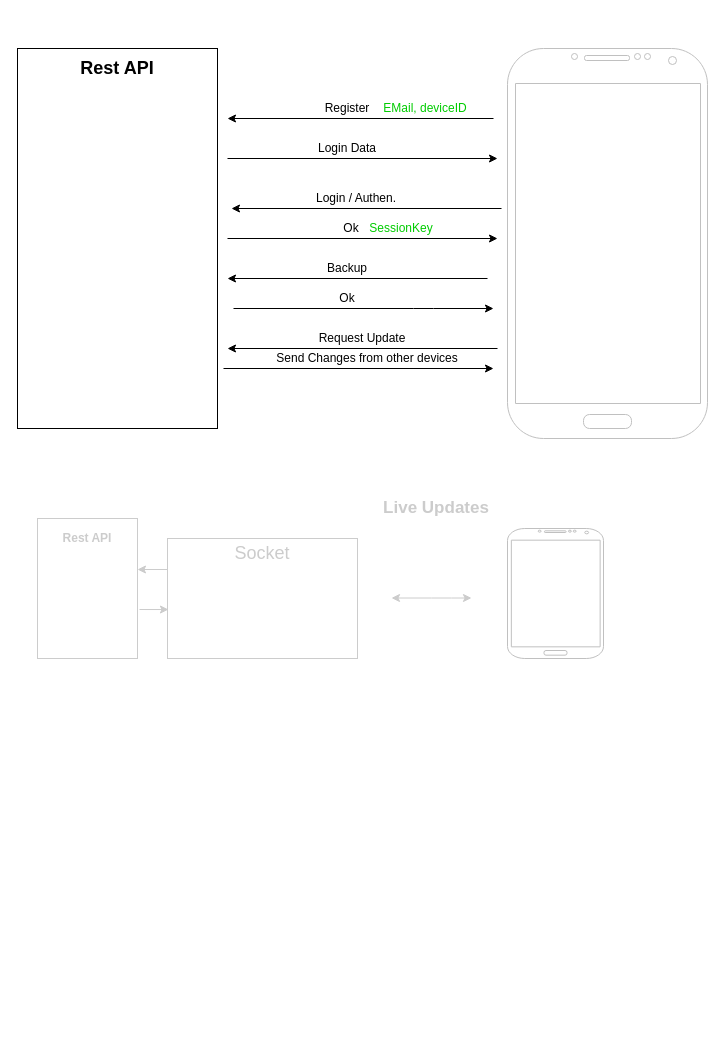
This is .dev_stuff/Planing_ShoppingAPI.drawio from JCTRoth/ShoppingListServer, a draw.io file, before an edit. Source tidied: cells renumbered, new cells numbered last; positions are measured from the earlier drawing's top-left corner, leaving out a move shared by most shapes. Both pictures are drawn from the tidied source at 100%, with x=0, y=0 at pixel (17, 48).
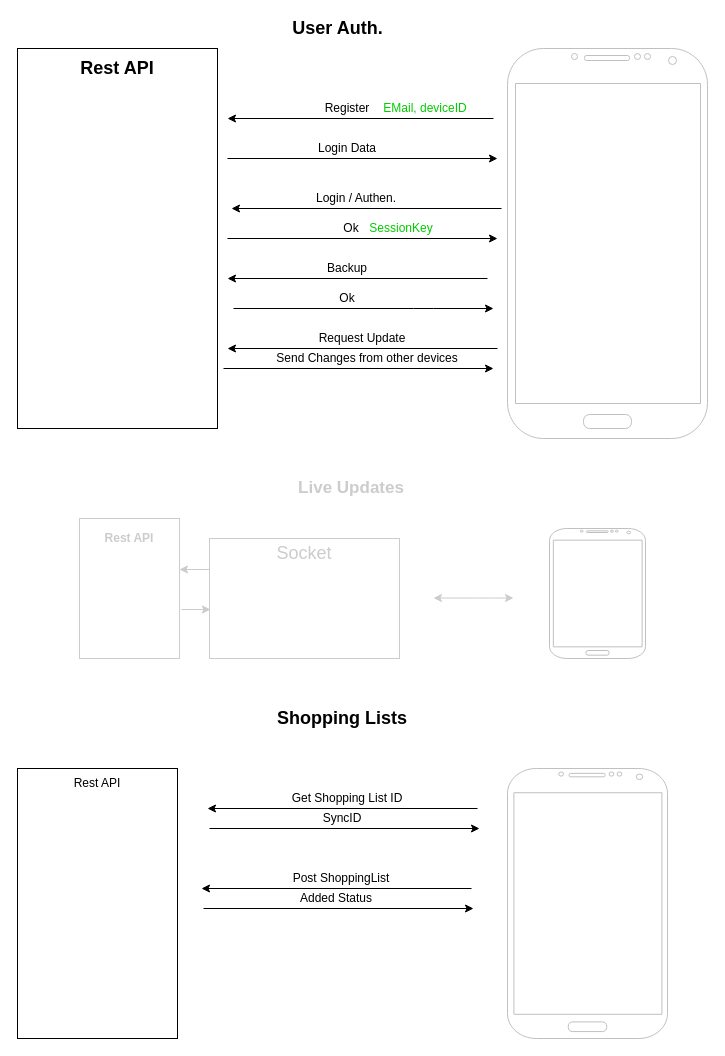
The same page after the edit.

Commit message (it also covers changes not shown here):
* Added temp storing shopping lists * Request s.list syncID * Added Delete SL * Added Stump Update SL * Updated Planing Diagram

What changed in the source:
```diff
@@
     <mxCell id="23" style="rounded=0;whiteSpace=wrap;html=1;fontColor=#CCCCCC;strokeColor=#CCCCCC;" parent="1" vertex="1">
-      <mxGeometry x="150" y="490" width="190" height="120" as="geometry" />
+      <mxGeometry x="192" y="490" width="190" height="120" as="geometry" />
     </mxCell>
     <mxCell id="24" value="&lt;font style=&quot;font-size: 18px&quot;&gt;Socket&lt;/font&gt;" style="text;html=1;align=center;verticalAlign=middle;whiteSpace=wrap;rounded=0;fontColor=#CCCCCC;" parent="1" vertex="1">
-      <mxGeometry x="225" y="495" width="40" height="20" as="geometry" />
+      <mxGeometry x="267" y="495" width="40" height="20" as="geometry" />
     </mxCell>
     <mxCell id="25" value="&lt;font style=&quot;font-size: 17px&quot;&gt;&lt;b&gt;Live Updates&lt;/b&gt;&lt;/font&gt;" style="text;html=1;align=center;verticalAlign=middle;whiteSpace=wrap;rounded=0;fontColor=#CCCCCC;" parent="1" vertex="1">
-      <mxGeometry x="334" y="450" width="170" height="20" as="geometry" />
+      <mxGeometry x="249" y="430" width="170" height="20" as="geometry" />
     </mxCell>
     <mxCell id="26" style="verticalLabelPosition=bottom;verticalAlign=top;html=1;shadow=0;dashed=0;strokeWidth=1;shape=mxgraph.android.phone2;strokeColor=#c0c0c0;" parent="1" vertex="1">
-      <mxGeometry x="490" y="480" width="96" height="130" as="geometry" />
+      <mxGeometry x="532" y="480" width="96" height="130" as="geometry" />
     </mxCell>
     <mxCell id="27" style="endArrow=classic;startArrow=classic;html=1;fontColor=#CCCCCC;strokeColor=#CCCCCC;" parent="1" edge="1">
       <mxGeometry relative="1" as="geometry">
-        <mxPoint x="374" y="549.5" as="sourcePoint" />
-        <mxPoint x="454" y="549.5" as="targetPoint" />
+        <mxPoint x="416" y="549.5" as="sourcePoint" />
+        <mxPoint x="496" y="549.5" as="targetPoint" />
         <Array as="points">
-          <mxPoint x="424" y="549.5" />
+          <mxPoint x="466" y="549.5" />
         </Array>
       </mxGeometry>
     </mxCell>
     <mxCell id="28" style="rounded=0;whiteSpace=wrap;html=1;strokeColor=#CCCCCC;" parent="1" vertex="1">
-      <mxGeometry x="20" y="470" width="100" height="140" as="geometry" />
+      <mxGeometry x="62" y="470" width="100" height="140" as="geometry" />
     </mxCell>
     <mxCell id="29" value="&lt;b&gt;Rest API&lt;/b&gt;" style="text;html=1;strokeColor=none;fillColor=none;align=center;verticalAlign=middle;whiteSpace=wrap;rounded=0;fontColor=#CCCCCC;" parent="1" vertex="1">
-      <mxGeometry x="40" y="480" width="60" height="20" as="geometry" />
+      <mxGeometry x="82" y="480" width="60" height="20" as="geometry" />
     </mxCell>
     <mxCell id="30" style="endArrow=classic;html=1;strokeColor=#CCCCCC;fontColor=#CCCCCC;" parent="1" edge="1">
       <mxGeometry relative="1" as="geometry">
-        <mxPoint x="150" y="521" as="sourcePoint" />
-        <mxPoint x="120" y="521" as="targetPoint" />
+        <mxPoint x="192" y="521" as="sourcePoint" />
+        <mxPoint x="162" y="521" as="targetPoint" />
       </mxGeometry>
     </mxCell>
     <mxCell id="31" style="endArrow=classic;html=1;strokeColor=#CCCCCC;fontColor=#CCCCCC;entryX=0.005;entryY=0.592;entryDx=0;entryDy=0;entryPerimeter=0;" parent="1" edge="1" target="23">
       <mxGeometry relative="1" as="geometry">
-        <mxPoint x="122" y="561" as="sourcePoint" />
+        <mxPoint x="164" y="561" as="sourcePoint" />
       </mxGeometry>
     </mxCell>
+    <mxCell id="32" style="edgeStyle=orthogonalEdgeStyle;rounded=0;orthogonalLoop=1;jettySize=auto;html=1;exitX=0.5;exitY=1;exitDx=0;exitDy=0;" parent="1" edge="1" source="25" target="25">
+      <mxGeometry relative="1" as="geometry" />
+    </mxCell>
+    <mxCell id="33" value="&lt;font style=&quot;font-size: 18px&quot;&gt;&lt;b&gt;User Auth.&lt;/b&gt;&lt;/font&gt;" style="text;html=1;strokeColor=none;fillColor=none;align=center;verticalAlign=middle;whiteSpace=wrap;rounded=0;" parent="1" vertex="1">
+      <mxGeometry x="209.5" y="-30" width="221" height="20" as="geometry" />
+    </mxCell>
+    <mxCell id="34" value="&lt;b&gt;&lt;font style=&quot;font-size: 18px&quot;&gt;Shopping Lists&lt;/font&gt;&lt;/b&gt;" style="text;html=1;strokeColor=none;fillColor=none;align=center;verticalAlign=middle;whiteSpace=wrap;rounded=0;" parent="1" vertex="1">
+      <mxGeometry x="192" y="660" width="266" height="20" as="geometry" />
+    </mxCell>
+    <mxCell id="35" style="verticalLabelPosition=bottom;verticalAlign=top;html=1;shadow=0;dashed=0;strokeWidth=1;shape=mxgraph.android.phone2;strokeColor=#c0c0c0;" parent="1" vertex="1">
+      <mxGeometry x="490" y="720" width="160" height="270" as="geometry" />
+    </mxCell>
+    <mxCell id="36" style="rounded=0;whiteSpace=wrap;html=1;" parent="1" vertex="1">
+      <mxGeometry y="720" width="160" height="270" as="geometry" />
+    </mxCell>
+    <mxCell id="37" value="Rest API" style="text;html=1;strokeColor=none;fillColor=none;align=center;verticalAlign=middle;whiteSpace=wrap;rounded=0;" parent="1" vertex="1">
+      <mxGeometry x="25" y="730" width="110" height="10" as="geometry" />
+    </mxCell>
+    <mxCell id="38" style="endArrow=classic;html=1;" parent="1" edge="1">
+      <mxGeometry relative="1" as="geometry">
+        <mxPoint x="460" y="760" as="sourcePoint" />
+        <mxPoint x="190" y="760" as="targetPoint" />
+      </mxGeometry>
+    </mxCell>
+    <mxCell id="39" value="Get Shopping List ID" style="text;html=1;strokeColor=none;fillColor=none;align=center;verticalAlign=middle;whiteSpace=wrap;rounded=0;" parent="1" vertex="1">
+      <mxGeometry x="232" y="740" width="196" height="20" as="geometry" />
+    </mxCell>
+    <mxCell id="40" style="endArrow=none;html=1;endFill=0;startArrow=classic;startFill=1;" parent="1" edge="1">
+      <mxGeometry relative="1" as="geometry">
+        <mxPoint x="462" y="780" as="sourcePoint" />
+        <mxPoint x="192" y="780" as="targetPoint" />
+      </mxGeometry>
+    </mxCell>
+    <mxCell id="41" value="SyncID" style="text;html=1;strokeColor=none;fillColor=none;align=center;verticalAlign=middle;whiteSpace=wrap;rounded=0;" parent="1" vertex="1">
+      <mxGeometry x="227" y="760" width="196" height="20" as="geometry" />
+    </mxCell>
+    <mxCell id="42" style="endArrow=classic;html=1;startArrow=none;startFill=0;endFill=1;" parent="1" edge="1">
+      <mxGeometry relative="1" as="geometry">
+        <mxPoint x="454" y="840" as="sourcePoint" />
+        <mxPoint x="184" y="840" as="targetPoint" />
+      </mxGeometry>
+    </mxCell>
+    <mxCell id="43" value="Post ShoppingList" style="text;html=1;strokeColor=none;fillColor=none;align=center;verticalAlign=middle;whiteSpace=wrap;rounded=0;" parent="1" vertex="1">
+      <mxGeometry x="226" y="820" width="196" height="20" as="geometry" />
+    </mxCell>
+    <mxCell id="44" style="endArrow=none;html=1;endFill=0;startArrow=classic;startFill=1;" parent="1" edge="1">
+      <mxGeometry relative="1" as="geometry">
+        <mxPoint x="456" y="860" as="sourcePoint" />
+        <mxPoint x="186" y="860" as="targetPoint" />
+      </mxGeometry>
+    </mxCell>
+    <mxCell id="45" value="Added Status" style="text;html=1;strokeColor=none;fillColor=none;align=center;verticalAlign=middle;whiteSpace=wrap;rounded=0;" parent="1" vertex="1">
+      <mxGeometry x="221" y="840" width="196" height="20" as="geometry" />
+    </mxCell>
```
